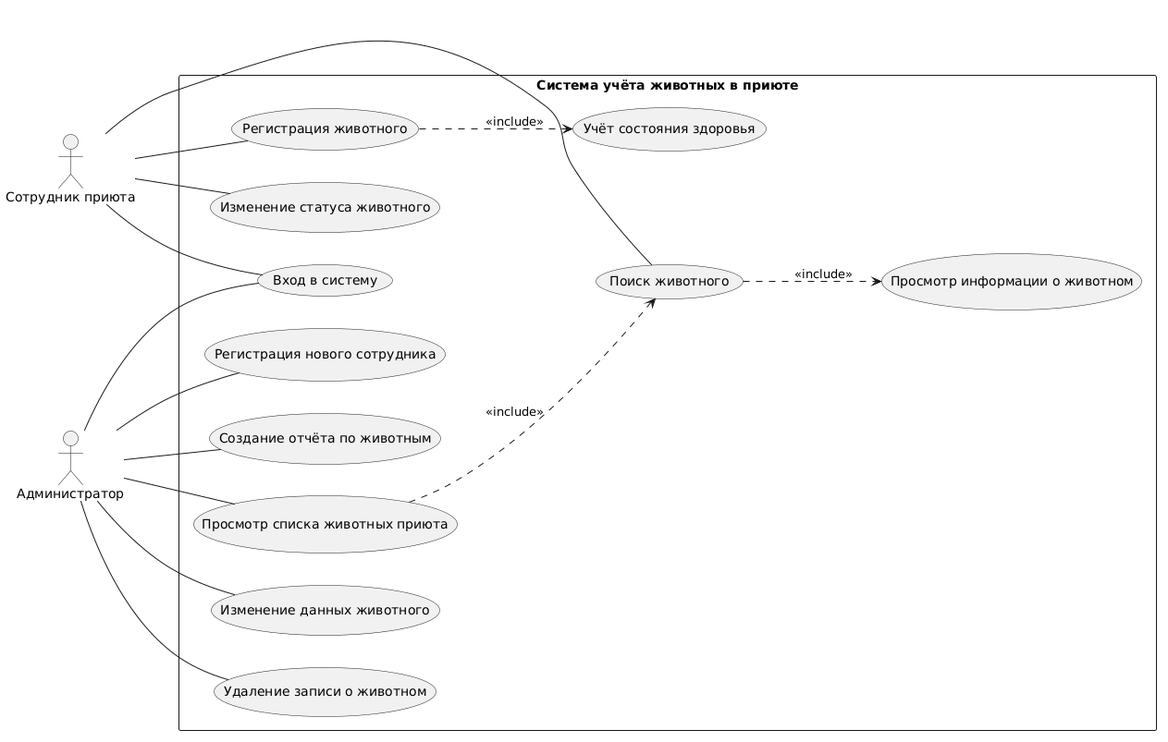
Earlier version of the PlantUML export documents/diagrams/use_case.png (Daria446/lab2-project).
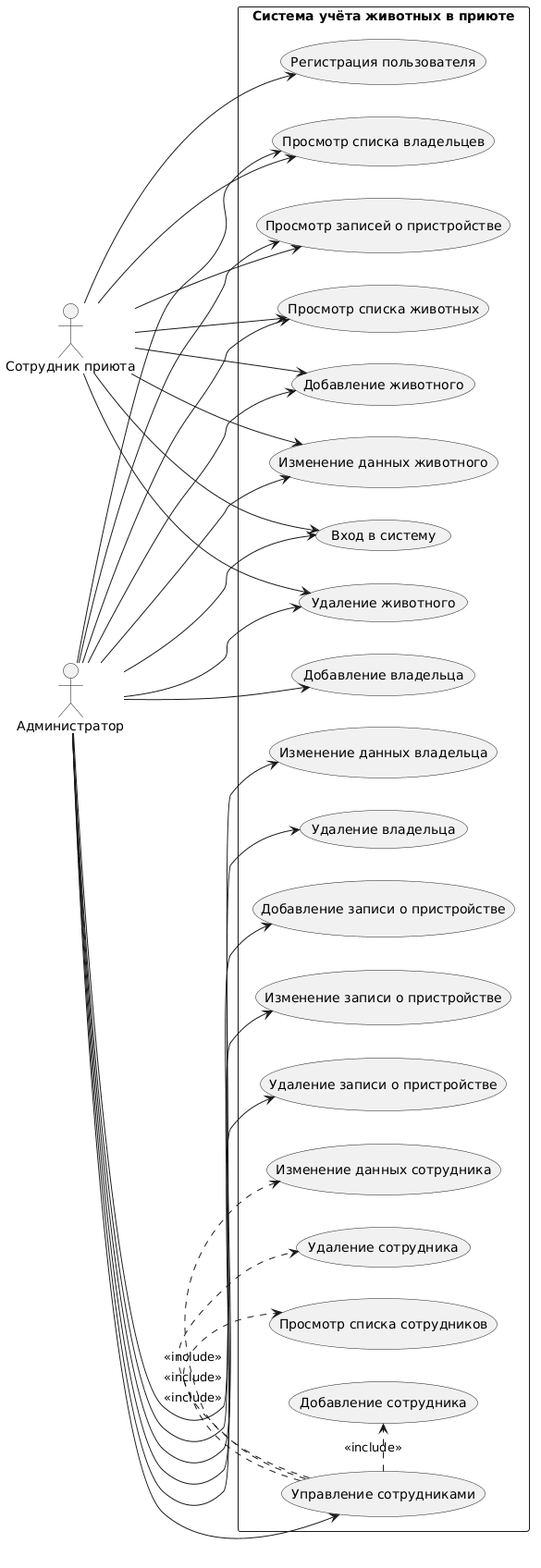
Above is the later version.

Change to the diagram source:
```diff
@@ -5,32 +5,58 @@
 actor "Администратор" as Admin
 
 rectangle "Система учёта животных в приюте" {
-    usecase "Вход в систему" as Login
-    usecase "Регистрация животного" as Register
-    usecase "Изменение статуса животного" as Status
-    usecase "Учёт состояния здоровья" as Health
-    usecase "Просмотр списка животных приюта" as List
-    usecase "Поиск животного" as Search
-    usecase "Просмотр информации о животном" as Info
-    usecase "Изменение данных животного" as Edit
-    usecase "Удаление записи о животном" as Delete
-    usecase "Регистрация нового сотрудника" as NewEmployee
-    usecase "Создание отчёта по животным" as Report
+
+    usecase "Вход в систему" as UC1
+    usecase "Регистрация пользователя" as UC2
+
+    usecase "Просмотр списка животных" as UC3
+    usecase "Добавление животного" as UC4
+    usecase "Изменение данных животного" as UC5
+    usecase "Удаление животного" as UC6
+
+    usecase "Просмотр списка владельцев" as UC7
+    usecase "Добавление владельца" as UC8
+    usecase "Изменение данных владельца" as UC9
+    usecase "Удаление владельца" as UC10
+
+    usecase "Просмотр записей о пристройстве" as UC11
+    usecase "Добавление записи о пристройстве" as UC12
+    usecase "Изменение записи о пристройстве" as UC13
+    usecase "Удаление записи о пристройстве" as UC14
+
+    usecase "Управление сотрудниками" as UC15
+    usecase "Просмотр списка сотрудников" as UC16
+    usecase "Добавление сотрудника" as UC17
+    usecase "Изменение данных сотрудника" as UC18
+    usecase "Удаление сотрудника" as UC19
 }
 
-Employee -- Login
-Employee -- Register
-Employee -- Status
-Employee -- Search
+Employee --> UC1
+Employee --> UC2
+Employee --> UC3
+Employee --> UC4
+Employee --> UC5
+Employee --> UC6
+Employee --> UC7
+Employee --> UC11
 
-Admin -- Login
-Admin -- List
-Admin -- Edit
-Admin -- Delete
-Admin -- NewEmployee
-Admin -- Report
+Admin --> UC1
+Admin --> UC3
+Admin --> UC4
+Admin --> UC5
+Admin --> UC6
+Admin --> UC7
+Admin --> UC8
+Admin --> UC9
+Admin --> UC10
+Admin --> UC11
+Admin --> UC12
+Admin --> UC13
+Admin --> UC14
+Admin --> UC15
 
-Register ..> Health : <<include>>
-List ..> Search : <<include>>
-Search ..> Info : <<include>>
+UC15 .> UC16 : <<include>>
+UC15 .> UC17 : <<include>>
+UC15 .> UC18 : <<include>>
+UC15 .> UC19 : <<include>>
 @enduml
```
